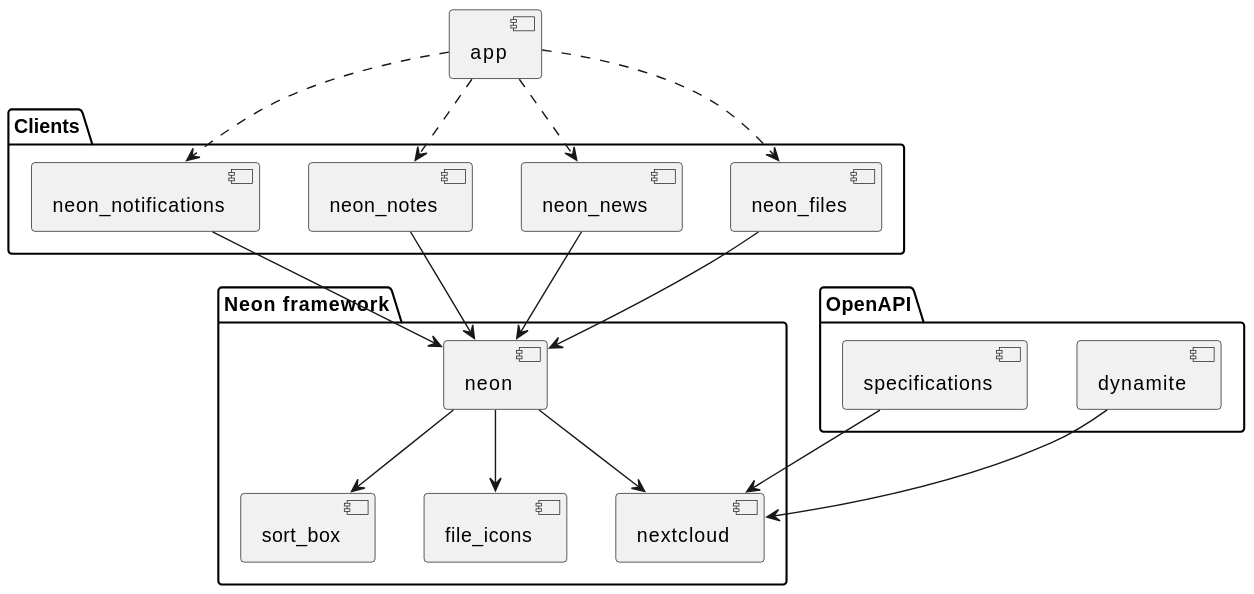
nextcloud/neon keeps this PlantUML diagram as docs/architecture.svg. Above is the earlier version.
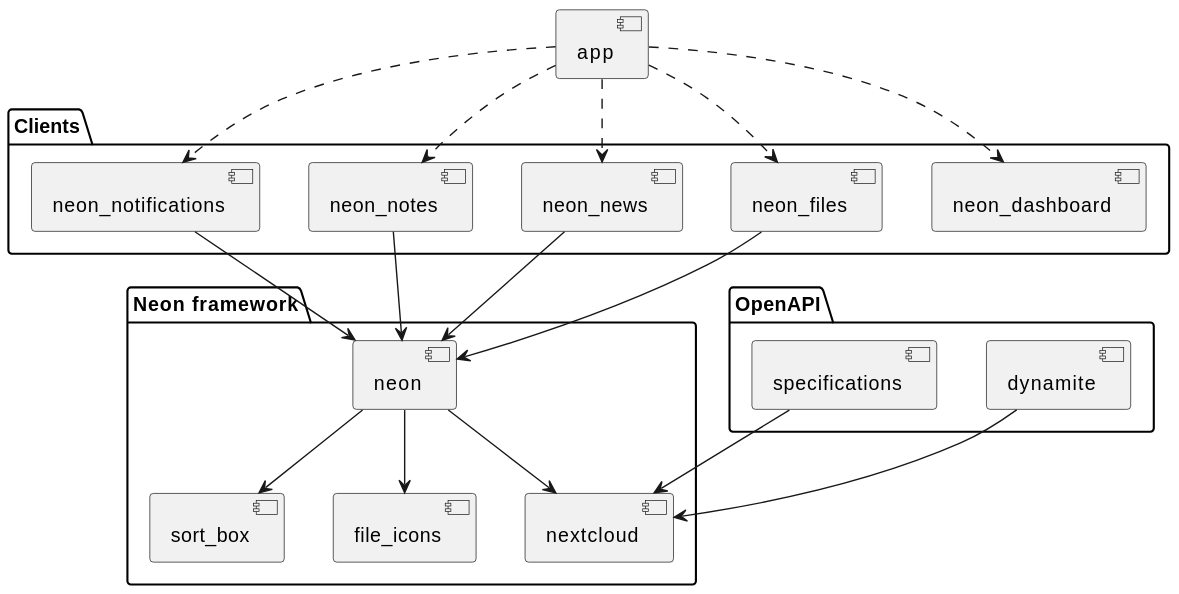
After the change.

Commit message:
fix(docs): Add missing neon_dashboard to the architecture overview

Diff of the diagram source:
```diff
@@ -7,6 +7,7 @@
 }
 
 package "Clients" {
+    component neon_dashboard
     component neon_files
     component neon_news
     component neon_notes
@@ -20,6 +21,7 @@
 
 component app
 
+app ..> neon_dashboard
 app ..> neon_files
 app ..> neon_news
 app ..> neon_notes
```
